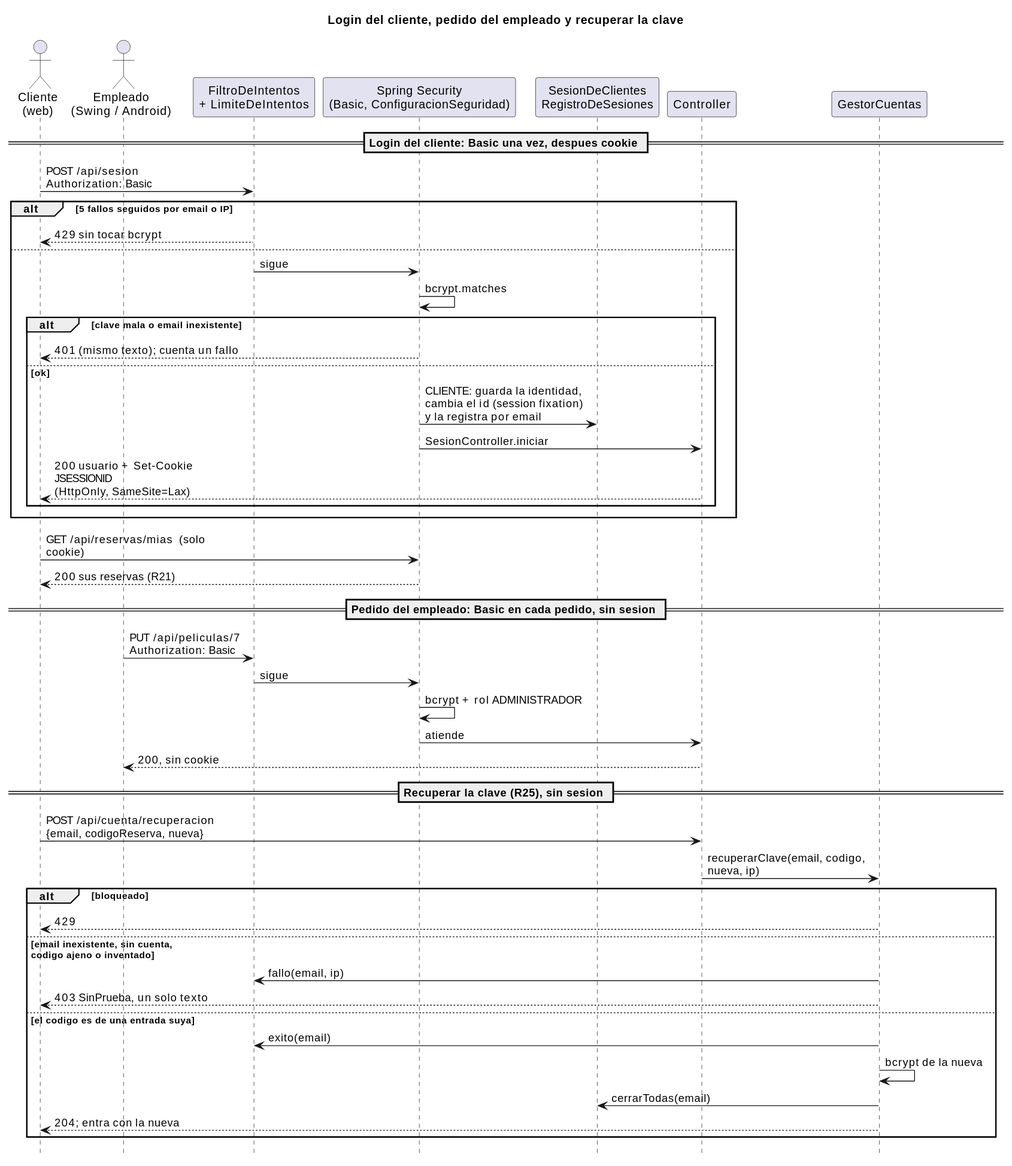
The PlantUML diagram _other/docs/diagramas/usuarios-sesiones.svg in andreiveisuade/cine-uade, before a commit. The source it was exported from:
```plantuml
@startuml
title Login del cliente, pedido del empleado y recuperar la clave

skinparam sequenceMessageAlign left
skinparam maxMessageSize 220
hide footbox

actor "Cliente\n(web)" as CLI
actor "Empleado\n(Swing / Android)" as EMP
participant "FiltroDeIntentos\n+ LimiteDeIntentos" as LI
participant "Spring Security\n(Basic, ConfiguracionSeguridad)" as SEC
participant "SesionDeClientes\nRegistroDeSesiones" as SES
participant "Controller" as CTRL
participant "GestorCuentas" as GCU

== Login del cliente: Basic una vez, despues cookie ==
CLI -> LI : POST /api/sesion\nAuthorization: Basic
alt 5 fallos seguidos por email o IP
  LI --> CLI : 429 sin tocar bcrypt
else
  LI -> SEC : sigue
  SEC -> SEC : bcrypt.matches
  alt clave mala o email inexistente
    SEC --> CLI : 401 (mismo texto); cuenta un fallo
  else ok
    SEC -> SES : CLIENTE: guarda la identidad,\ncambia el id (session fixation)\ny la registra por email
    SEC -> CTRL : SesionController.iniciar
    CTRL --> CLI : 200 usuario + Set-Cookie JSESSIONID\n(HttpOnly, SameSite=Lax)
  end
end
CLI -> SEC : GET /api/reservas/mias  (solo cookie)
SEC --> CLI : 200 sus reservas (R21)

== Pedido del empleado: Basic en cada pedido, sin sesion ==
EMP -> LI : PUT /api/peliculas/7\nAuthorization: Basic
LI -> SEC : sigue
SEC -> SEC : bcrypt + rol ADMINISTRADOR
SEC -> CTRL : atiende
CTRL --> EMP : 200, sin cookie

== Recuperar la clave (R25), sin sesion ==
CLI -> CTRL : POST /api/cuenta/recuperacion\n{email, codigoReserva, nueva}
CTRL -> GCU : recuperarClave(email, codigo, nueva, ip)
alt bloqueado
  GCU --> CLI : 429
else email inexistente, sin cuenta,\ncodigo ajeno o inventado
  GCU -> LI : fallo(email, ip)
  GCU --> CLI : 403 SinPrueba, un solo texto
else el codigo es de una entrada suya
  GCU -> LI : exito(email)
  GCU -> GCU : bcrypt de la nueva
  GCU -> SES : cerrarTodas(email)
  GCU --> CLI : 204; entra con la nueva
end
@enduml
```
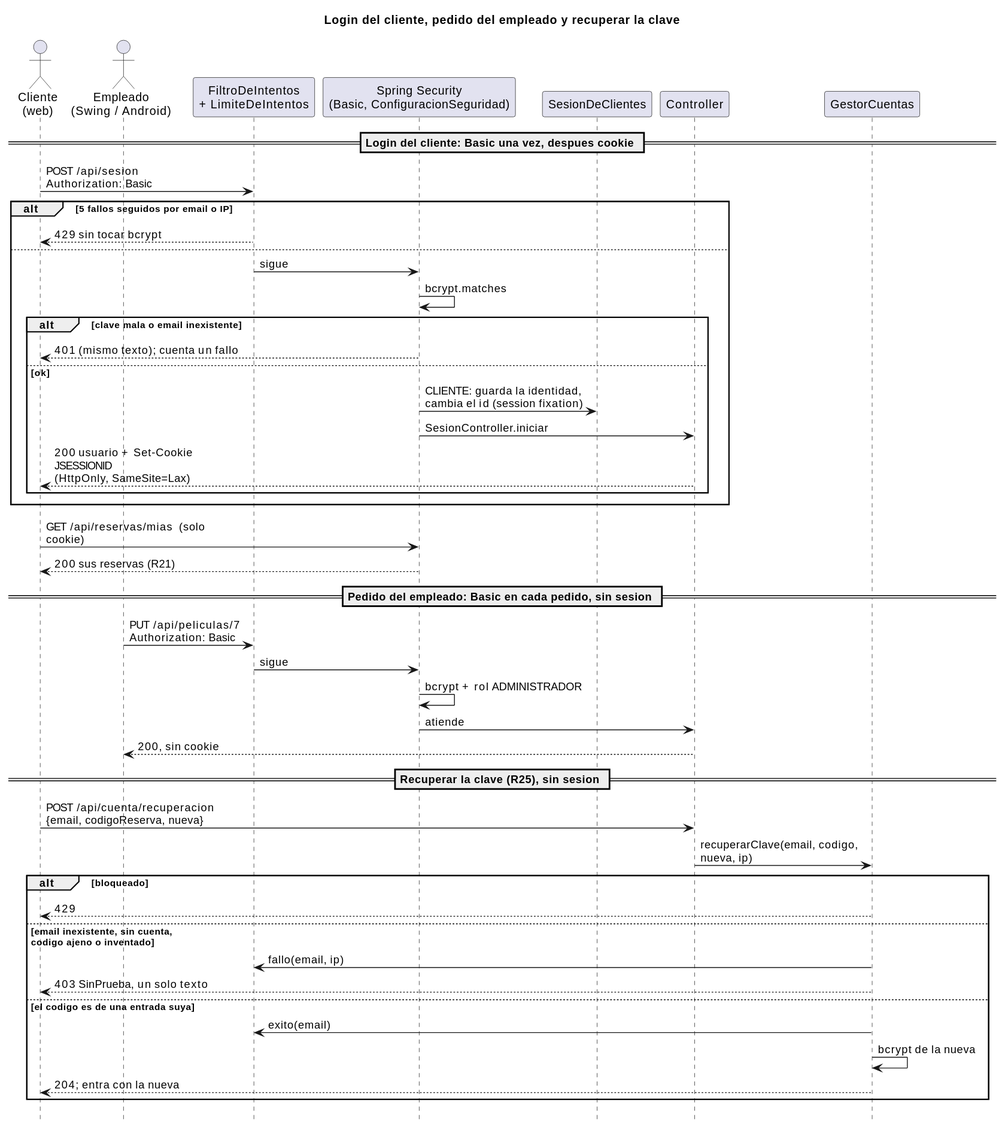
Above is the later version.

Commit message:
docs(diagramas): decorator, usuarios y adapter de mercado pago sin las clases que ya no existen

Change to the diagram source:
```diff
@@ -9,7 +9,7 @@
 actor "Empleado\n(Swing / Android)" as EMP
 participant "FiltroDeIntentos\n+ LimiteDeIntentos" as LI
 participant "Spring Security\n(Basic, ConfiguracionSeguridad)" as SEC
-participant "SesionDeClientes\nRegistroDeSesiones" as SES
+participant "SesionDeClientes" as SES
 participant "Controller" as CTRL
 participant "GestorCuentas" as GCU
 
@@ -23,7 +23,7 @@
   alt clave mala o email inexistente
     SEC --> CLI : 401 (mismo texto); cuenta un fallo
   else ok
-    SEC -> SES : CLIENTE: guarda la identidad,\ncambia el id (session fixation)\ny la registra por email
+    SEC -> SES : CLIENTE: guarda la identidad,\ncambia el id (session fixation)
     SEC -> CTRL : SesionController.iniciar
     CTRL --> CLI : 200 usuario + Set-Cookie JSESSIONID\n(HttpOnly, SameSite=Lax)
   end
@@ -49,7 +49,6 @@
 else el codigo es de una entrada suya
   GCU -> LI : exito(email)
   GCU -> GCU : bcrypt de la nueva
-  GCU -> SES : cerrarTodas(email)
   GCU --> CLI : 204; entra con la nueva
 end
 @enduml
```
